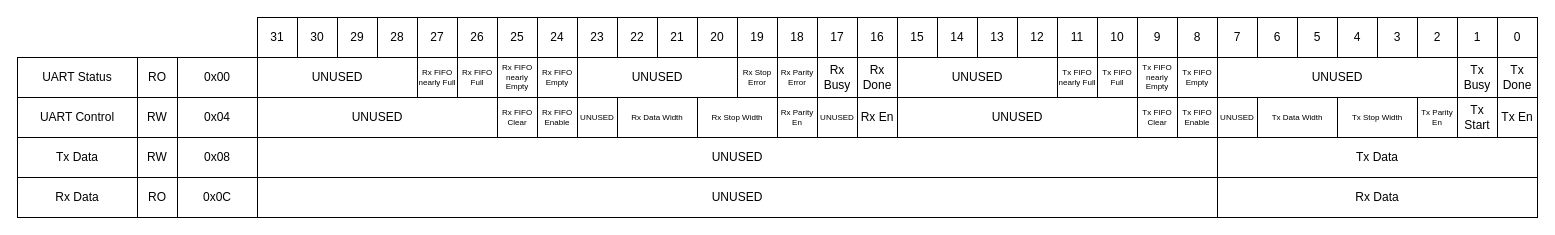
T-Szymk/fpga_uart keeps this draw.io diagram as page "reg_map" (3 of 4) of docs/fpga_uart_arch.drawio. Above is the earlier version. Source tidied: cells renumbered, new cells numbered last; positions are measured from the earlier drawing's top-left corner, leaving out a move shared by most shapes. Both pictures are drawn from the tidied source at 100%, with x=0, y=0 at pixel (17, 17).
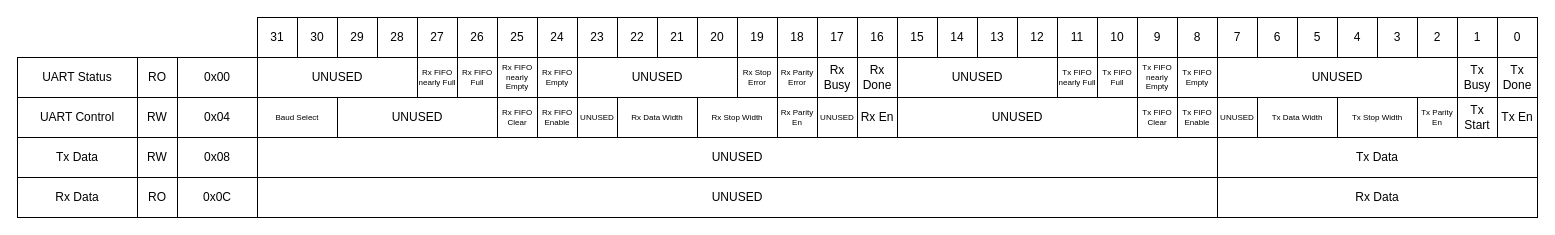
The same page after the edit.

What changed in the source:
```diff
@@
     <mxCell id="80" value="UNUSED" style="rounded=0;whiteSpace=wrap;html=1;fontSize=12;" parent="1" vertex="1">
-      <mxGeometry x="240" y="80" width="240" height="40" as="geometry" />
+      <mxGeometry x="320" y="80" width="160" height="40" as="geometry" />
     </mxCell>
@@
+    <mxCell id="87" value="Baud Select" style="rounded=0;whiteSpace=wrap;html=1;fontSize=8;" parent="1" vertex="1">
+      <mxGeometry x="240" y="80" width="80" height="40" as="geometry" />
+    </mxCell>
```
